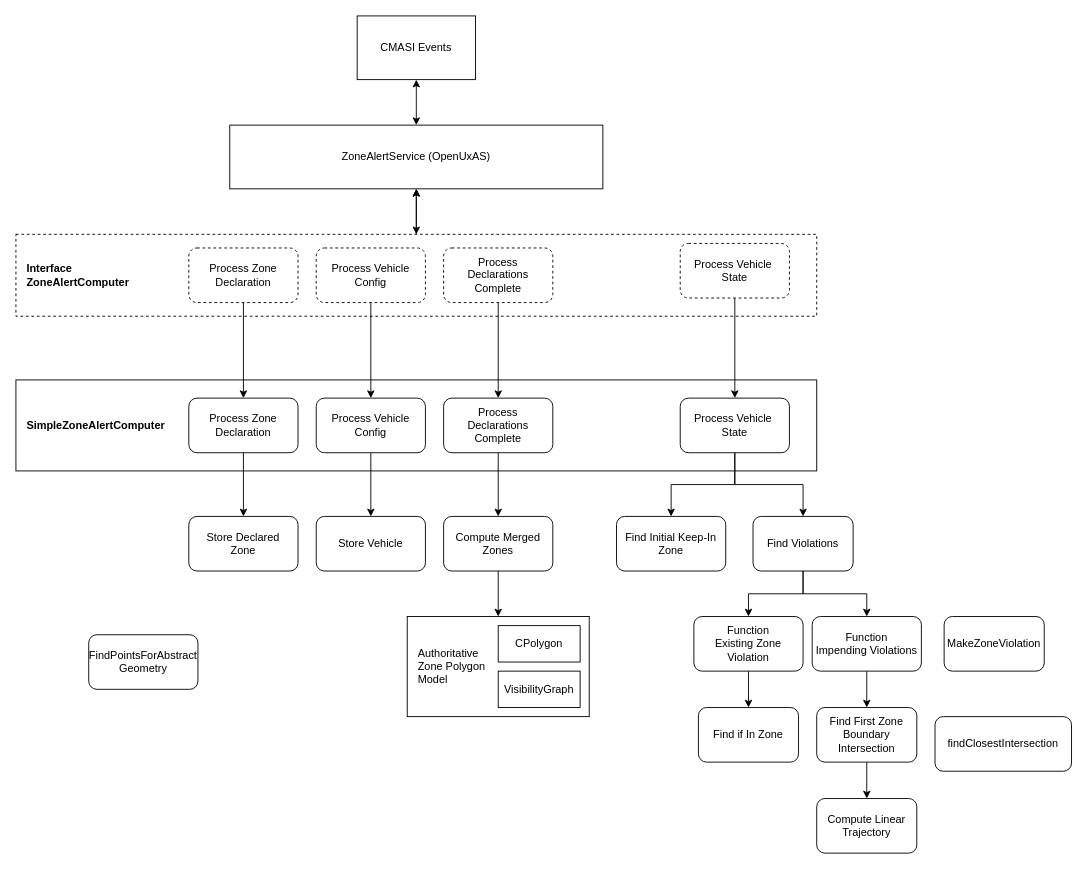
jrowanhill/OpenUxAS-ZoneAlert keeps this draw.io diagram as doc/assurance/ZoneAlertService/3-Specification/B-Design/basicArchitecture.drawio. Above is the earlier version. Source tidied: cells renumbered, new cells numbered last; positions are measured from the earlier drawing's top-left corner, leaving out a move shared by most shapes. Both pictures are drawn from the tidied source at 91%, with x=0, y=0 at pixel (15, 15).
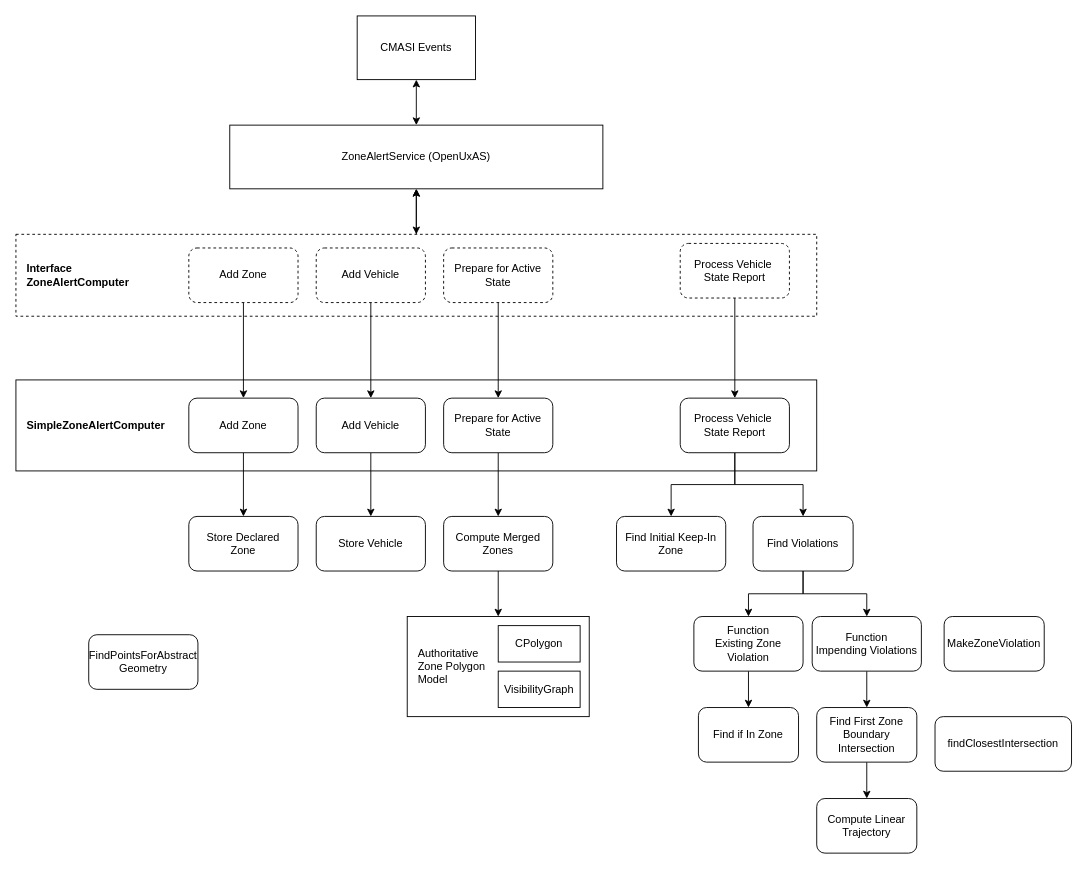
The same page after the edit.

Commit message (it also covers changes not shown here):
Updated specifications to assume 2D merged zone semantics for detection of zone violations.

Diff of the diagram source:
```diff
@@
-    <mxCell id="11" value="&lt;div&gt;Process Zone Declaration&lt;/div&gt;" style="rounded=1;whiteSpace=wrap;html=1;" parent="1" vertex="1">
+    <mxCell id="11" value="Add Zone" style="rounded=1;whiteSpace=wrap;html=1;" parent="1" vertex="1">
       <mxGeometry x="190" y="420" width="120" height="60" as="geometry" />
     </mxCell>
@@
-    <mxCell id="15" value="&lt;div&gt;Process Vehicle Config&lt;/div&gt;" style="rounded=1;whiteSpace=wrap;html=1;" parent="1" vertex="1">
+    <mxCell id="15" value="&lt;div&gt;Add Vehicle&lt;/div&gt;" style="rounded=1;whiteSpace=wrap;html=1;" parent="1" vertex="1">
       <mxGeometry x="330" y="420" width="120" height="60" as="geometry" />
     </mxCell>
@@
-    <mxCell id="24" value="Process Vehicle&amp;nbsp;&lt;div&gt;State&lt;/div&gt;" style="rounded=1;whiteSpace=wrap;html=1;" parent="1" vertex="1">
+    <mxCell id="24" value="Process Vehicle&amp;nbsp;&lt;div&gt;State Report&lt;/div&gt;" style="rounded=1;whiteSpace=wrap;html=1;" parent="1" vertex="1">
       <mxGeometry x="730" y="420" width="120" height="60" as="geometry" />
     </mxCell>
@@
-    <mxCell id="35" value="Process&lt;div&gt;Declarations&lt;/div&gt;&lt;div&gt;Complete&lt;/div&gt;" style="rounded=1;whiteSpace=wrap;html=1;" parent="1" vertex="1">
+    <mxCell id="35" value="Prepare for Active State" style="rounded=1;whiteSpace=wrap;html=1;" parent="1" vertex="1">
       <mxGeometry x="470" y="420" width="120" height="60" as="geometry" />
     </mxCell>
@@
-    <mxCell id="39" value="&lt;div&gt;Process Zone Declaration&lt;/div&gt;" style="rounded=1;whiteSpace=wrap;html=1;dashed=1;" parent="1" vertex="1">
+    <mxCell id="39" value="&lt;div&gt;Add Zone&lt;/div&gt;" style="rounded=1;whiteSpace=wrap;html=1;dashed=1;" parent="1" vertex="1">
       <mxGeometry x="190" y="255" width="120" height="60" as="geometry" />
     </mxCell>
@@
-    <mxCell id="41" value="&lt;div&gt;Process Vehicle Config&lt;/div&gt;" style="rounded=1;whiteSpace=wrap;html=1;dashed=1;" parent="1" vertex="1">
+    <mxCell id="41" value="&lt;div&gt;Add Vehicle&lt;/div&gt;" style="rounded=1;whiteSpace=wrap;html=1;dashed=1;" parent="1" vertex="1">
       <mxGeometry x="330" y="255" width="120" height="60" as="geometry" />
     </mxCell>
@@
-    <mxCell id="43" value="Process&lt;div&gt;Declarations&lt;/div&gt;&lt;div&gt;Complete&lt;/div&gt;" style="rounded=1;whiteSpace=wrap;html=1;dashed=1;" parent="1" vertex="1">
+    <mxCell id="43" value="Prepare for Active&lt;div&gt;State&lt;/div&gt;" style="rounded=1;whiteSpace=wrap;html=1;dashed=1;" parent="1" vertex="1">
       <mxGeometry x="470" y="255" width="120" height="60" as="geometry" />
     </mxCell>
@@
-    <mxCell id="45" value="Process Vehicle&amp;nbsp;&lt;div&gt;State&lt;/div&gt;" style="rounded=1;whiteSpace=wrap;html=1;dashed=1;" parent="1" vertex="1">
+    <mxCell id="45" value="Process Vehicle&amp;nbsp;&lt;div&gt;State Report&lt;/div&gt;" style="rounded=1;whiteSpace=wrap;html=1;dashed=1;" parent="1" vertex="1">
       <mxGeometry x="730" y="250" width="120" height="60" as="geometry" />
     </mxCell>
```
